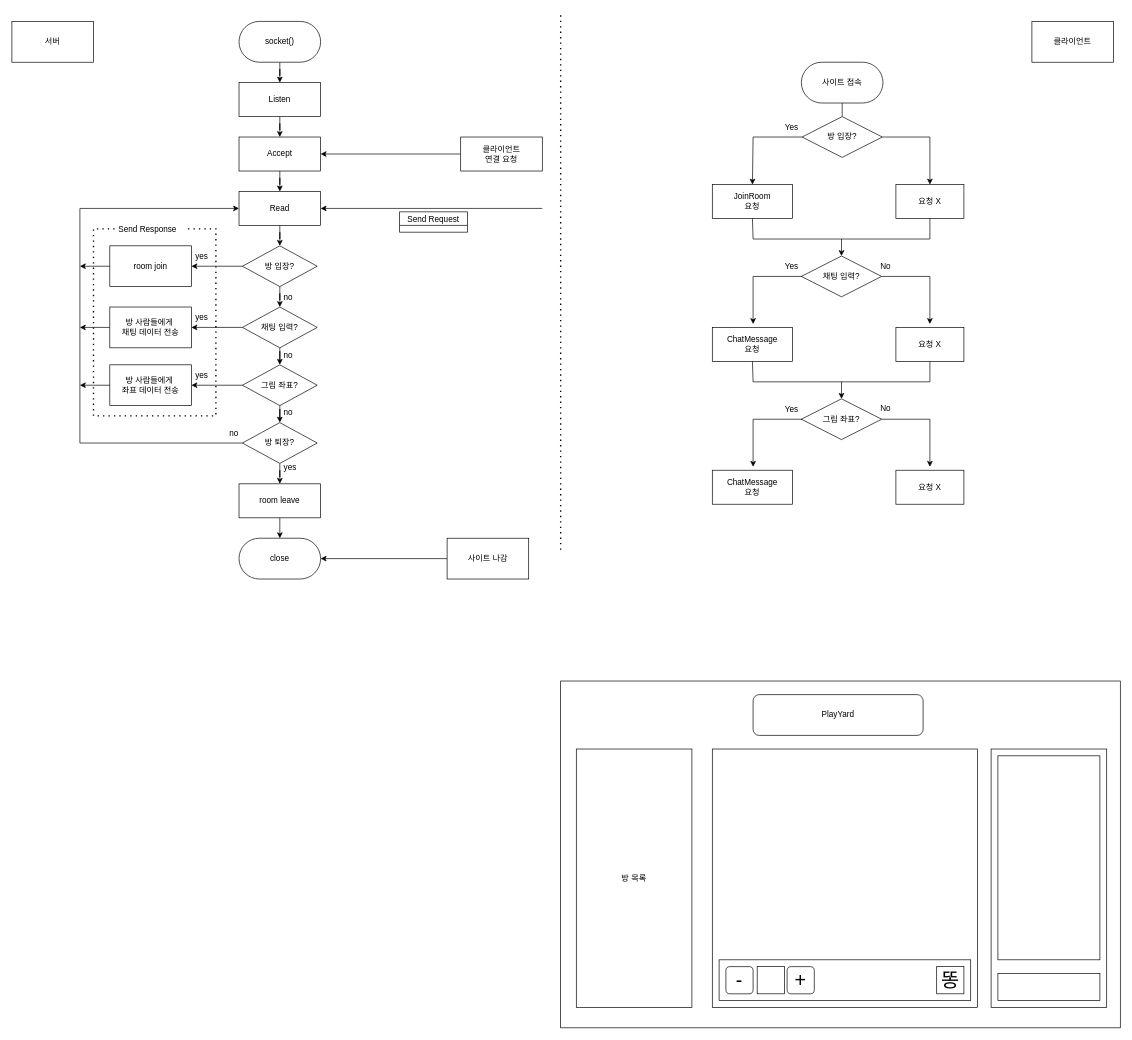
riulwoo/playyard keeps this draw.io diagram as Untitled Diagram.drawio. Above is the earlier version. Source tidied: cells renumbered, new cells numbered last; positions are measured from the earlier drawing's top-left corner, leaving out a move shared by most shapes. Both pictures are drawn from the tidied source at 68%, with x=0, y=0 at pixel (12, 12).
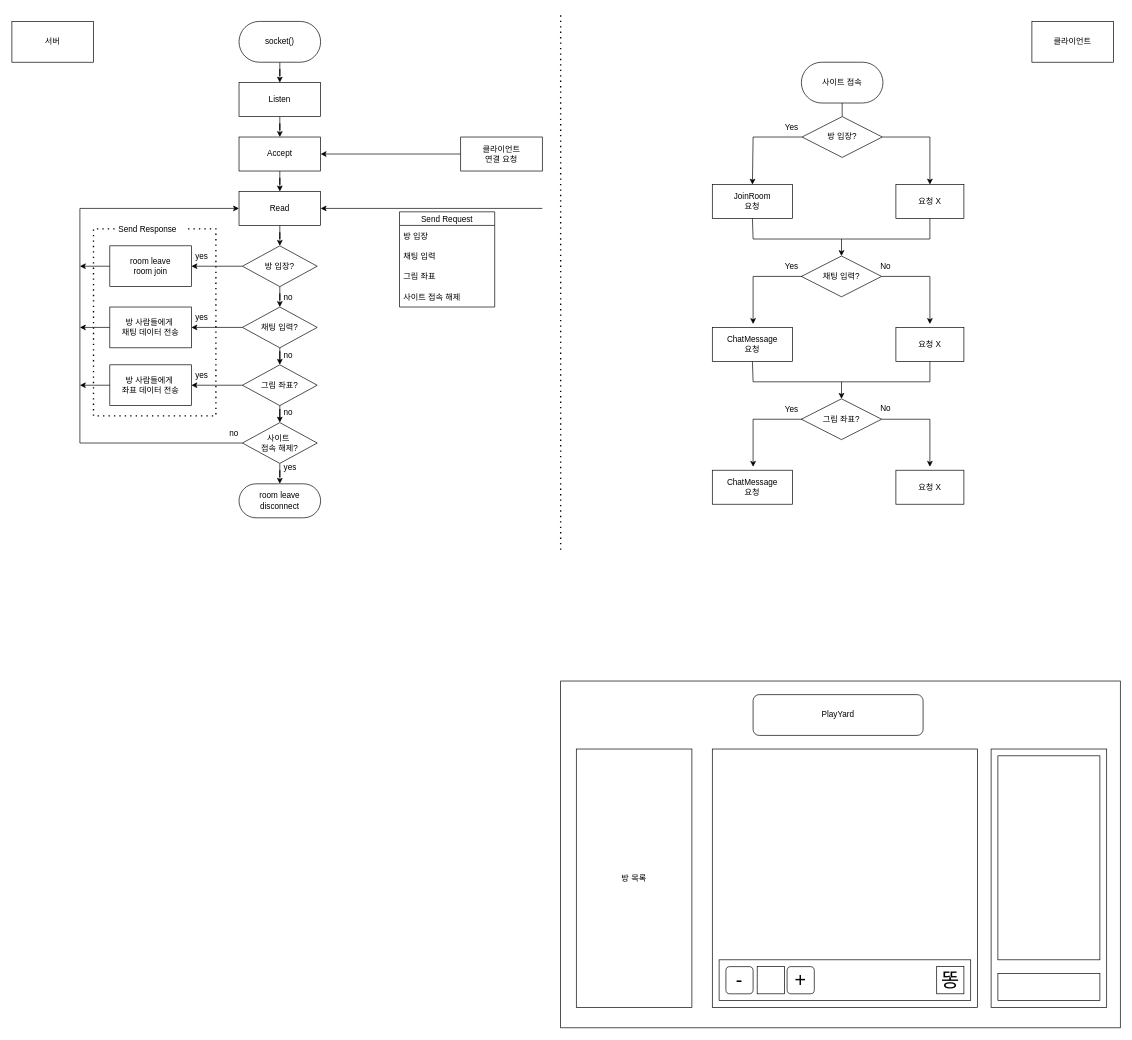
After the change.

The edit, as a diff of the source:
```diff
@@
-    <mxCell id="34" value="Send Request" style="swimlane;fontStyle=0;horizontal=1;startSize=20;" parent="1" vertex="1" collapsed="1">
-      <mxGeometry x="570" y="293" width="100" height="30" as="geometry" />
+    <mxCell id="34" value="Send Request" style="swimlane;fontStyle=0;horizontal=1;startSize=20;" parent="1" vertex="1">
+      <mxGeometry x="570" y="293" width="140" height="140" as="geometry" />
     </mxCell>
+    <mxCell id="88" value="방 입장 " style="text;strokeColor=none;fillColor=none;align=left;verticalAlign=middle;spacingLeft=4;spacingRight=4;overflow=hidden;" parent="34" vertex="1">
+      <mxGeometry y="20" width="140" height="30" as="geometry" />
+    </mxCell>
+    <mxCell id="89" value="채팅 입력" style="text;strokeColor=none;fillColor=none;align=left;verticalAlign=middle;spacingLeft=4;spacingRight=4;overflow=hidden;" parent="34" vertex="1">
+      <mxGeometry y="50" width="140" height="30" as="geometry" />
+    </mxCell>
+    <mxCell id="90" value="그림 좌표" style="text;strokeColor=none;fillColor=none;align=left;verticalAlign=middle;spacingLeft=4;spacingRight=4;overflow=hidden;" parent="34" vertex="1">
+      <mxGeometry y="80" width="140" height="30" as="geometry" />
+    </mxCell>
+    <mxCell id="91" value="사이트 접속 해제" style="text;strokeColor=none;fillColor=none;align=left;verticalAlign=middle;spacingLeft=4;spacingRight=4;overflow=hidden;" parent="34" vertex="1">
+      <mxGeometry y="110" width="140" height="30" as="geometry" />
+    </mxCell>
@@
-    <mxCell id="41" value="room join" style="whiteSpace=wrap;html=1;rounded=1;arcSize=0;" parent="1" vertex="1">
+    <mxCell id="41" value="room leave&lt;br&gt;room join" style="whiteSpace=wrap;html=1;rounded=1;arcSize=0;" parent="1" vertex="1">
       <mxGeometry x="144" y="343" width="120" height="60" as="geometry" />
     </mxCell>
@@
-    <mxCell id="56" value="방 퇴장?" style="rhombus;whiteSpace=wrap;html=1;rounded=1;arcSize=0;" parent="1" vertex="1">
+    <mxCell id="56" value="사이트&amp;nbsp;&lt;br&gt;접속 해제?" style="rhombus;whiteSpace=wrap;html=1;rounded=1;arcSize=0;" parent="1" vertex="1">
       <mxGeometry x="339" y="603" width="110" height="60" as="geometry" />
     </mxCell>
@@
-    <mxCell id="59" value="room leave" style="whiteSpace=wrap;html=1;rounded=1;arcSize=0;" parent="1" vertex="1">
+    <mxCell id="59" value="room leave&lt;br&gt;disconnect" style="whiteSpace=wrap;html=1;rounded=1;arcSize=50;" parent="1" vertex="1">
       <mxGeometry x="334" y="693" width="120" height="50" as="geometry" />
     </mxCell>
@@
-    <mxCell id="70" value="close" style="rounded=1;whiteSpace=wrap;html=1;arcSize=50;" parent="1" vertex="1">
-      <mxGeometry x="334" y="773" width="120" height="60" as="geometry" />
-    </mxCell>
-    <mxCell id="71" style="endArrow=classic;html=1;rounded=0;exitX=0.5;exitY=1;exitDx=0;exitDy=0;entryX=0.5;entryY=0;entryDx=0;entryDy=0;" parent="1" edge="1" source="59" target="70">
-      <mxGeometry relative="1" as="geometry" />
-    </mxCell>
-    <mxCell id="72" style="endArrow=classic;html=1;rounded=0;entryX=1;entryY=0.5;entryDx=0;entryDy=0;" parent="1" edge="1" target="70">
-      <mxGeometry relative="1" as="geometry">
-        <mxPoint x="640" y="803" as="sourcePoint" />
-      </mxGeometry>
-    </mxCell>
-    <mxCell id="73" value="사이트 나감" style="rounded=0;whiteSpace=wrap;html=1;" parent="1" vertex="1">
-      <mxGeometry x="640" y="773" width="120" height="60" as="geometry" />
-    </mxCell>
```
